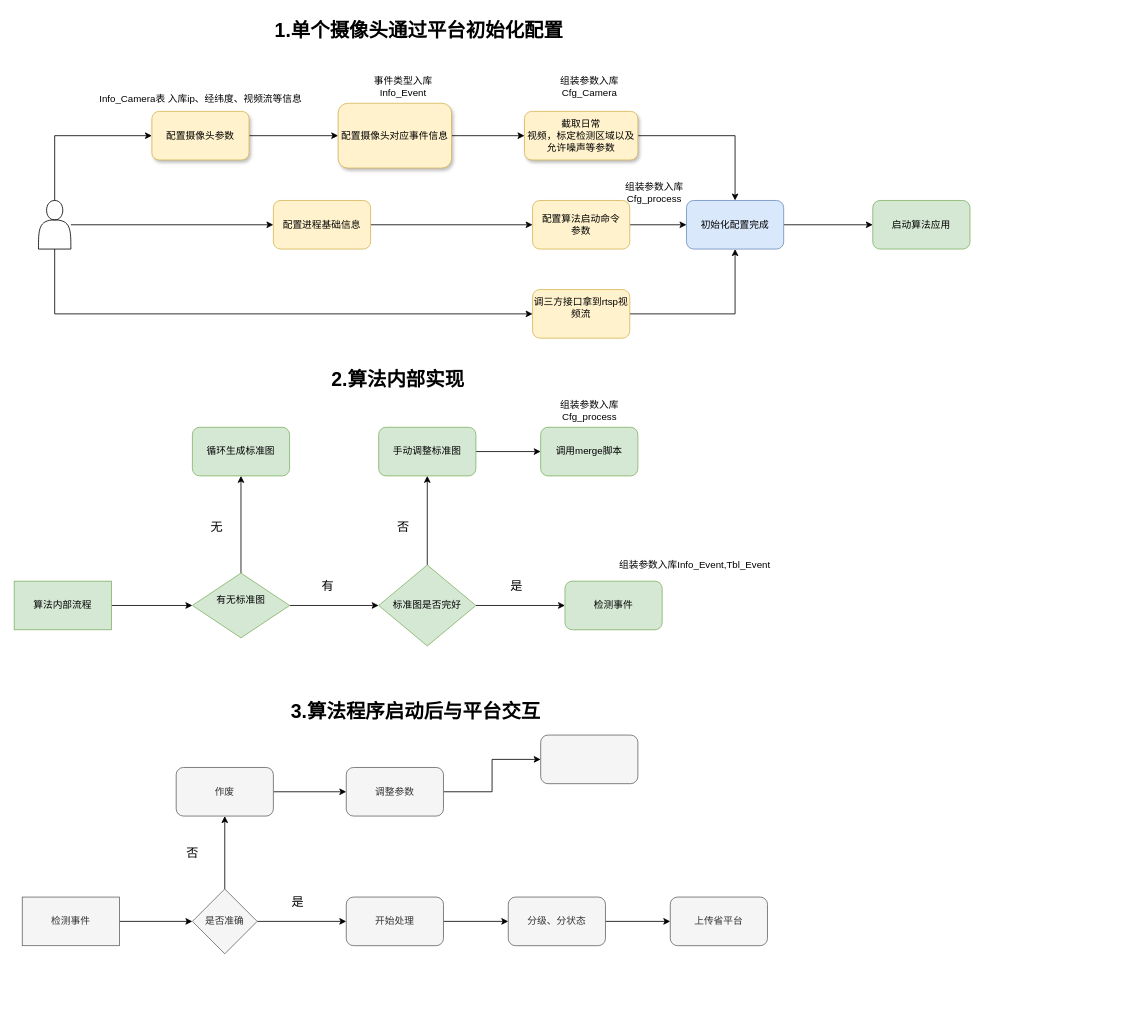
The draw.io diagram 未命名绘图.drawio in RockyJoee/blog, before the edit. Source tidied: cells renumbered, new cells numbered last; positions are measured from the earlier drawing's top-left corner, leaving out a move shared by most shapes. Both pictures are drawn from the tidied source at 81%, with x=0, y=0 at pixel (14, 14).
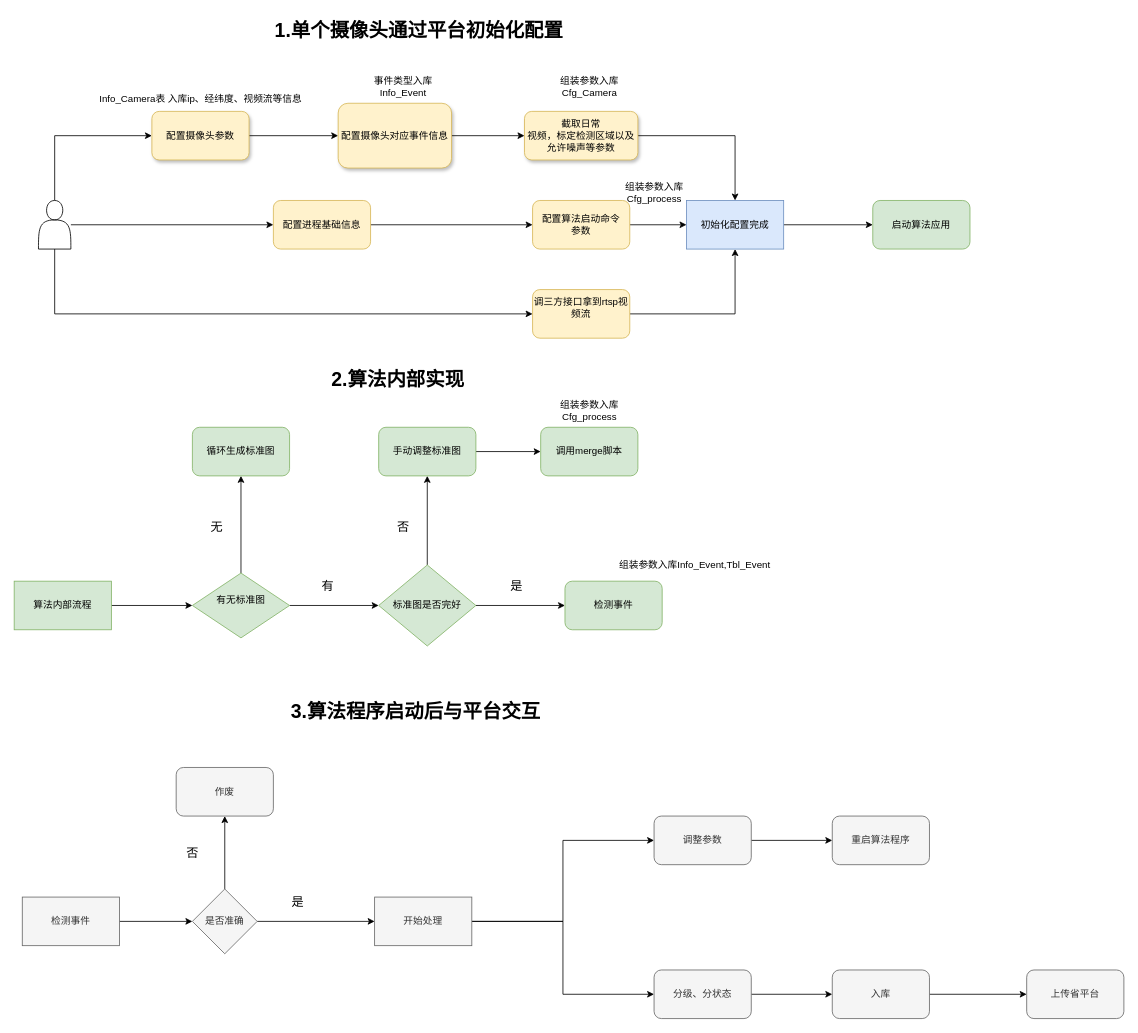
Above is the later version.

Commit message (it also covers changes not shown here):
算法平台流程图.drawio

Unchanged cells that the change refers to:
```xml
<mxCell id="50" value="是否准确" style="rhombus;whiteSpace=wrap;html=1;fillColor=#f5f5f5;strokeColor=#666666;fontColor=#333333;rounded=0;" parent="1" vertex="1">
  <mxGeometry x="220" y="1080" width="80" height="80" as="geometry" />
</mxCell>
<mxCell id="55" value="作废" style="whiteSpace=wrap;html=1;fillColor=#f5f5f5;strokeColor=#666666;fontColor=#333333;rounded=1;" parent="1" vertex="1">
  <mxGeometry x="200" y="930" width="120" height="60" as="geometry" />
</mxCell>
```

The edit, as a diff of the source:
```diff
@@
-    <mxCell id="22" value="初始化配置完成" style="rounded=1;whiteSpace=wrap;html=1;fillColor=#dae8fc;strokeColor=#6c8ebf;" parent="1" vertex="1">
+    <mxCell id="22" value="初始化配置完成" style="rounded=0;whiteSpace=wrap;html=1;fillColor=#dae8fc;strokeColor=#6c8ebf;" parent="1" vertex="1">
       <mxGeometry x="830" y="230" width="120" height="60" as="geometry" />
     </mxCell>
@@
+    <mxCell id="49" style="edgeStyle=orthogonalEdgeStyle;rounded=0;jettySize=auto;html=1;" parent="1" edge="1" source="50" target="55">
+      <mxGeometry relative="1" as="geometry" />
+    </mxCell>
-    <mxCell id="48" style="edgeStyle=orthogonalEdgeStyle;rounded=0;jettySize=auto;html=1;" parent="1" edge="1" source="50" target="52">
+    <mxCell id="48" style="edgeStyle=orthogonalEdgeStyle;rounded=0;jettySize=auto;html=1;exitX=1;exitY=0.5;exitDx=0;exitDy=0;entryX=0;entryY=0.5;entryDx=0;entryDy=0;" parent="1" edge="1" source="50" target="52">
       <mxGeometry relative="1" as="geometry" />
     </mxCell>
-    <mxCell id="49" style="edgeStyle=orthogonalEdgeStyle;rounded=0;jettySize=auto;html=1;" parent="1" edge="1" source="50" target="55">
-      <mxGeometry relative="1" as="geometry" />
-    </mxCell>
@@
-    <mxCell id="51" style="edgeStyle=orthogonalEdgeStyle;rounded=0;jettySize=auto;html=1;" parent="1" edge="1" source="52" target="62">
+    <mxCell id="51" style="edgeStyle=orthogonalEdgeStyle;rounded=0;jettySize=auto;html=1;exitX=1;exitY=0.5;exitDx=0;exitDy=0;entryX=0;entryY=0.5;entryDx=0;entryDy=0;" parent="1" edge="1" source="52" target="62">
       <mxGeometry relative="1" as="geometry" />
     </mxCell>
+    <mxCell id="64" style="edgeStyle=orthogonalEdgeStyle;rounded=0;jettySize=auto;html=1;exitX=1;exitY=0.5;exitDx=0;exitDy=0;entryX=0;entryY=0.5;entryDx=0;entryDy=0;" parent="1" edge="1" source="52" target="59">
+      <mxGeometry relative="1" as="geometry" />
+    </mxCell>
-    <mxCell id="52" value="开始处理" style="whiteSpace=wrap;html=1;fillColor=#f5f5f5;strokeColor=#666666;fontColor=#333333;rounded=1;glass=0;shadow=0;" parent="1" vertex="1">
-      <mxGeometry x="410" y="1090" width="120" height="60" as="geometry" />
+    <mxCell id="52" value="开始处理" style="whiteSpace=wrap;html=1;fillColor=#f5f5f5;strokeColor=#666666;fontColor=#333333;rounded=0;glass=0;shadow=0;" parent="1" vertex="1">
+      <mxGeometry x="445" y="1090" width="120" height="60" as="geometry" />
     </mxCell>
@@
-    <mxCell id="54" style="edgeStyle=orthogonalEdgeStyle;rounded=0;jettySize=auto;html=1;" parent="1" edge="1" source="55" target="59">
-      <mxGeometry relative="1" as="geometry" />
-    </mxCell>
@@
-    <mxCell id="58" style="edgeStyle=orthogonalEdgeStyle;rounded=0;jettySize=auto;html=1;" parent="1" edge="1" source="59" target="60">
-      <mxGeometry relative="1" as="geometry" />
-    </mxCell>
+    <mxCell id="65" style="edgeStyle=orthogonalEdgeStyle;rounded=0;jettySize=auto;html=1;" parent="1" edge="1" source="59" target="67">
+      <mxGeometry relative="1" as="geometry" />
+    </mxCell>
     <mxCell id="59" value="调整参数" style="whiteSpace=wrap;html=1;fillColor=#f5f5f5;strokeColor=#666666;fontColor=#333333;rounded=1;" parent="1" vertex="1">
-      <mxGeometry x="410" y="930" width="120" height="60" as="geometry" />
+      <mxGeometry x="790" y="990" width="120" height="60" as="geometry" />
     </mxCell>
-    <mxCell id="60" style="rounded=1;whiteSpace=wrap;html=1;fillColor=#f5f5f5;strokeColor=#666666;fontColor=#333333;" parent="1" vertex="1">
-      <mxGeometry x="650" y="890" width="120" height="60" as="geometry" />
-    </mxCell>
@@
     <mxCell id="62" value="分级、分状态" style="whiteSpace=wrap;html=1;fillColor=#f5f5f5;strokeColor=#666666;fontColor=#333333;rounded=1;glass=0;shadow=0;" parent="1" vertex="1">
-      <mxGeometry x="610" y="1090" width="120" height="60" as="geometry" />
+      <mxGeometry x="790" y="1180" width="120" height="60" as="geometry" />
     </mxCell>
+    <mxCell id="66" style="edgeStyle=orthogonalEdgeStyle;rounded=0;jettySize=auto;html=1;" parent="1" edge="1" source="63" target="68">
+      <mxGeometry relative="1" as="geometry" />
+    </mxCell>
-    <mxCell id="63" value="上传省平台" style="whiteSpace=wrap;html=1;fillColor=#f5f5f5;strokeColor=#666666;fontColor=#333333;rounded=1;glass=0;shadow=0;" parent="1" vertex="1">
-      <mxGeometry x="810" y="1090" width="120" height="60" as="geometry" />
+    <mxCell id="63" value="入库" style="whiteSpace=wrap;html=1;fillColor=#f5f5f5;strokeColor=#666666;fontColor=#333333;rounded=1;glass=0;shadow=0;" parent="1" vertex="1">
+      <mxGeometry x="1010" y="1180" width="120" height="60" as="geometry" />
     </mxCell>
+    <mxCell id="67" value="重启算法程序" style="whiteSpace=wrap;html=1;fillColor=#f5f5f5;strokeColor=#666666;fontColor=#333333;rounded=1;" parent="1" vertex="1">
+      <mxGeometry x="1010" y="990" width="120" height="60" as="geometry" />
+    </mxCell>
+    <mxCell id="68" value="上传省平台" style="whiteSpace=wrap;html=1;fillColor=#f5f5f5;strokeColor=#666666;fontColor=#333333;rounded=1;glass=0;shadow=0;" parent="1" vertex="1">
+      <mxGeometry x="1250" y="1180" width="120" height="60" as="geometry" />
+    </mxCell>
```
